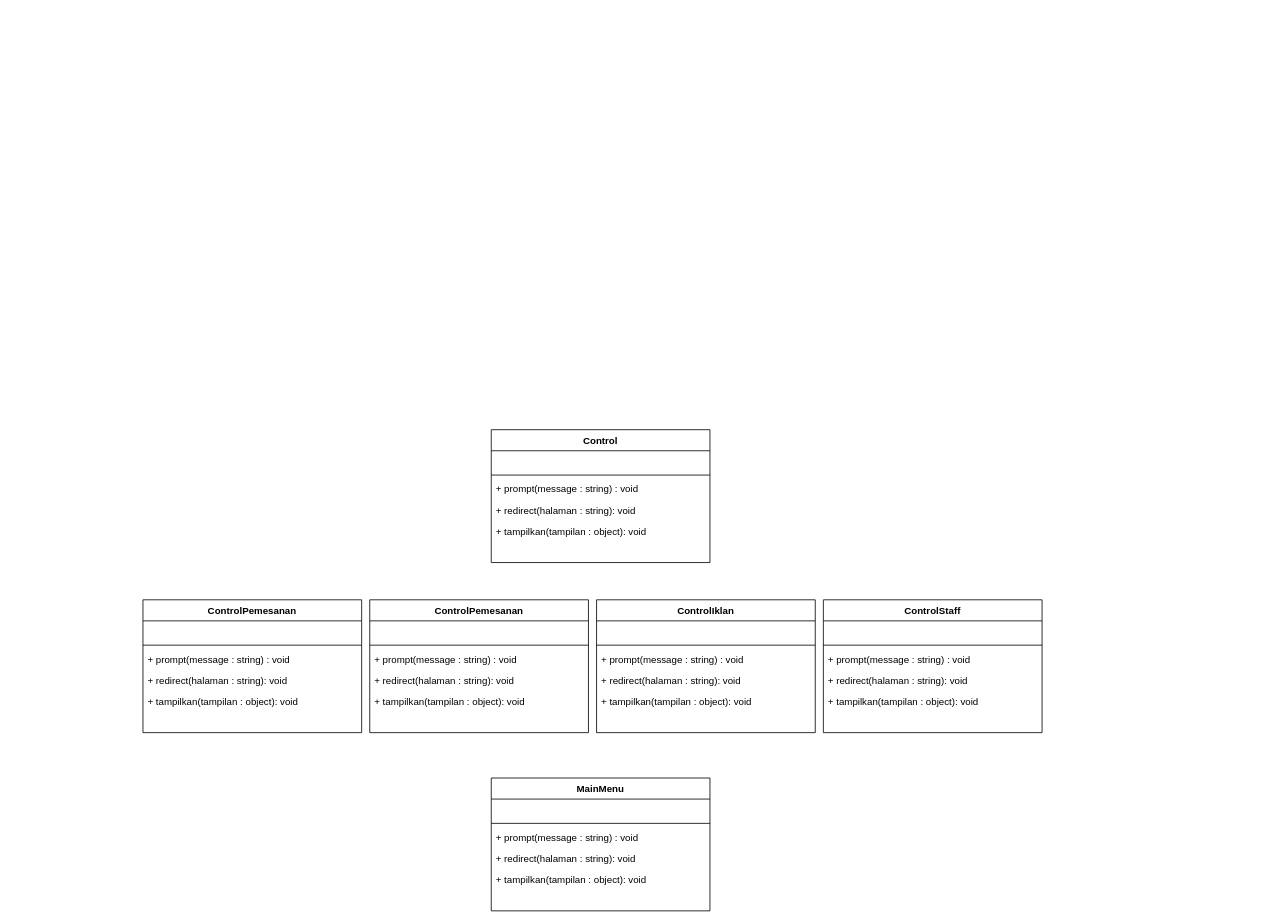
This is prak8 revisi.drawio from ahmrh/diagrams.net, a draw.io file, before an edit. Source tidied: cells renumbered, new cells numbered last; positions are measured from the earlier drawing's top-left corner, leaving out a move shared by most shapes. Both pictures are drawn from the tidied source at 81%, with x=0, y=0 at pixel (143, 429).
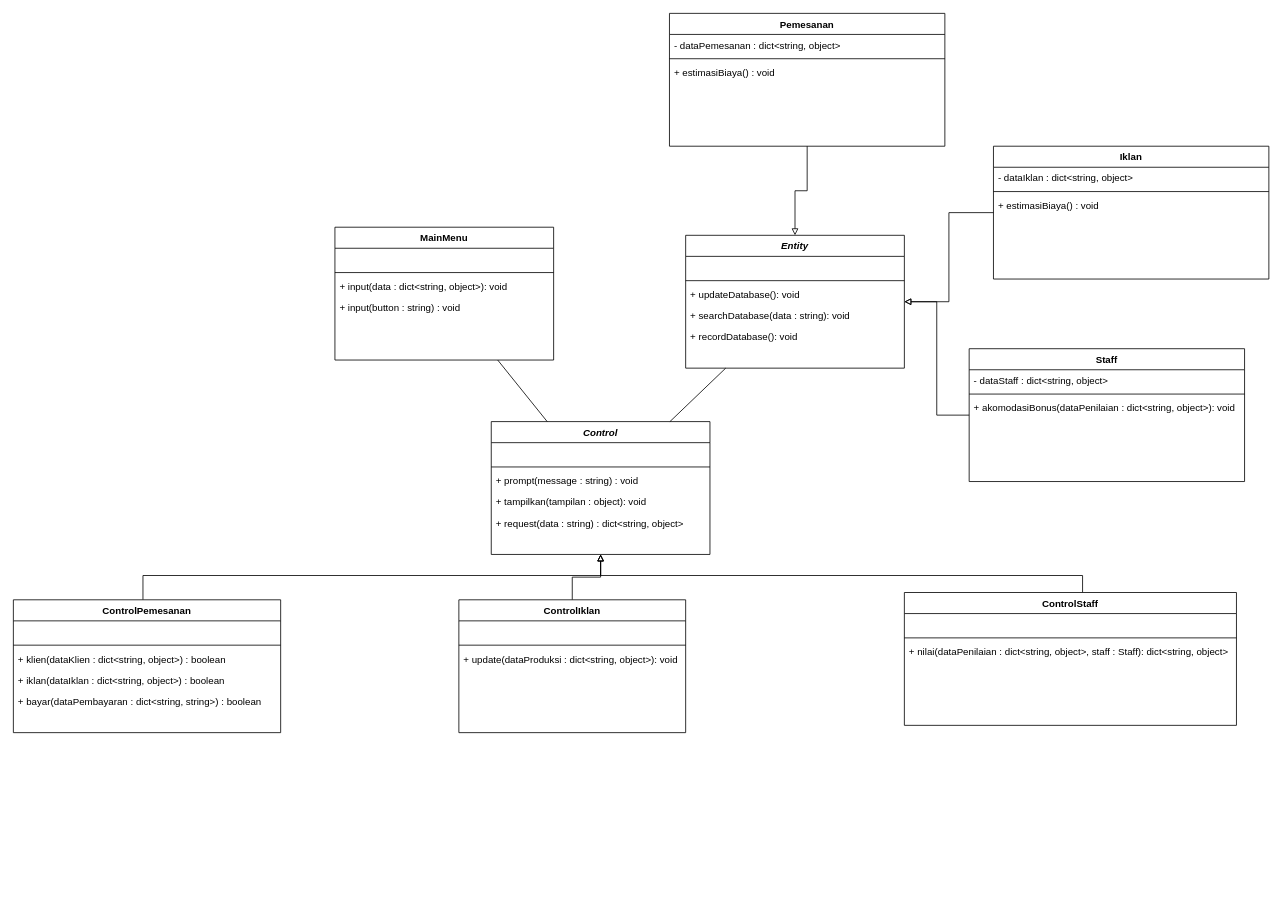
The same diagram, later.

The edit, as a diff of the source:
```diff
@@
-    <mxCell id="2" value="Control" style="swimlane;fontStyle=1;align=center;verticalAlign=top;horizontal=1;startSize=26;rounded=0;shadow=0;strokeWidth=1;" parent="1" vertex="1">
-      <mxGeometry x="430" width="270" height="164" as="geometry" />
+    <mxCell id="2" value="Control" style="swimlane;fontStyle=3;align=center;verticalAlign=top;horizontal=1;startSize=26;rounded=0;shadow=0;strokeWidth=1;" parent="1" vertex="1">
+      <mxGeometry x="430" y="-10" width="270" height="164" as="geometry" />
     </mxCell>
@@
-    <mxCell id="6" value="+ redirect(halaman : string): void" style="text;align=left;verticalAlign=top;spacingLeft=4;spacingRight=4;overflow=hidden;" parent="2" vertex="1">
-      <mxGeometry y="86" width="270" height="26" as="geometry" />
-    </mxCell>
     <mxCell id="7" value="+ tampilkan(tampilan : object): void" style="text;align=left;verticalAlign=top;spacingLeft=4;spacingRight=4;overflow=hidden;" parent="2" vertex="1">
-      <mxGeometry y="112" width="270" height="26" as="geometry" />
+      <mxGeometry y="86" width="270" height="26" as="geometry" />
     </mxCell>
+    <mxCell id="38" value="+ request(data : string) : dict&lt;string, object&gt;" style="text;align=left;verticalAlign=top;spacingLeft=4;spacingRight=4;overflow=hidden;" parent="2" vertex="1">
+      <mxGeometry y="112" width="270" height="26" as="geometry" />
+    </mxCell>
+    <mxCell id="39" style="edgeStyle=orthogonalEdgeStyle;rounded=0;jettySize=auto;html=1;endArrow=block;endFill=0;" parent="1" edge="1" source="8" target="2">
+      <mxGeometry relative="1" as="geometry">
+        <Array as="points">
+          <mxPoint y="180" />
+          <mxPoint x="565" y="180" />
+        </Array>
+      </mxGeometry>
+    </mxCell>
     <mxCell id="8" value="ControlPemesanan" style="swimlane;fontStyle=1;align=center;verticalAlign=top;horizontal=1;startSize=26;rounded=0;shadow=0;strokeWidth=1;" parent="1" vertex="1">
-      <mxGeometry y="210" width="270" height="164" as="geometry" />
+      <mxGeometry x="-160" y="210" width="330" height="164" as="geometry" />
     </mxCell>
     <mxCell id="9" value=" " style="text;align=left;verticalAlign=top;spacingLeft=4;spacingRight=4;overflow=hidden;" parent="8" vertex="1">
-      <mxGeometry y="26" width="270" height="26" as="geometry" />
+      <mxGeometry y="26" width="330" height="26" as="geometry" />
     </mxCell>
     <mxCell id="10" style="line;html=1;strokeWidth=1;align=left;verticalAlign=middle;spacingTop=-1;spacingLeft=3;spacingRight=3;labelPosition=right;" parent="8" vertex="1">
-      <mxGeometry y="52" width="270" height="8" as="geometry" />
+      <mxGeometry y="52" width="330" height="8" as="geometry" />
     </mxCell>
-    <mxCell id="11" value="+ prompt(message : string) : void" style="text;align=left;verticalAlign=top;spacingLeft=4;spacingRight=4;overflow=hidden;" parent="8" vertex="1">
-      <mxGeometry y="60" width="270" height="26" as="geometry" />
+    <mxCell id="11" value="+ klien(dataKlien : dict&lt;string, object&gt;) : boolean" style="text;align=left;verticalAlign=top;spacingLeft=4;spacingRight=4;overflow=hidden;" parent="8" vertex="1">
+      <mxGeometry y="60" width="330" height="26" as="geometry" />
     </mxCell>
-    <mxCell id="12" value="+ redirect(halaman : string): void" style="text;align=left;verticalAlign=top;spacingLeft=4;spacingRight=4;overflow=hidden;" parent="8" vertex="1">
-      <mxGeometry y="86" width="270" height="26" as="geometry" />
-    </mxCell>
+    <mxCell id="40" value="+ iklan(dataIklan : dict&lt;string, object&gt;) : boolean" style="text;align=left;verticalAlign=top;spacingLeft=4;spacingRight=4;overflow=hidden;" parent="8" vertex="1">
+      <mxGeometry y="86" width="330" height="26" as="geometry" />
+    </mxCell>
-    <mxCell id="13" value="+ tampilkan(tampilan : object): void" style="text;align=left;verticalAlign=top;spacingLeft=4;spacingRight=4;overflow=hidden;" parent="8" vertex="1">
-      <mxGeometry y="112" width="270" height="26" as="geometry" />
+    <mxCell id="13" value="+ bayar(dataPembayaran : dict&lt;string, string&gt;) : boolean" style="text;align=left;verticalAlign=top;spacingLeft=4;spacingRight=4;overflow=hidden;" parent="8" vertex="1">
+      <mxGeometry y="112" width="330" height="26" as="geometry" />
     </mxCell>
-    <mxCell id="14" value="ControlPemesanan" style="swimlane;fontStyle=1;align=center;verticalAlign=top;horizontal=1;startSize=26;rounded=0;shadow=0;strokeWidth=1;" parent="1" vertex="1">
-      <mxGeometry x="280" y="210" width="270" height="164" as="geometry" />
-    </mxCell>
-    <mxCell id="15" value=" " style="text;align=left;verticalAlign=top;spacingLeft=4;spacingRight=4;overflow=hidden;" parent="14" vertex="1">
-      <mxGeometry y="26" width="270" height="26" as="geometry" />
-    </mxCell>
-    <mxCell id="16" style="line;html=1;strokeWidth=1;align=left;verticalAlign=middle;spacingTop=-1;spacingLeft=3;spacingRight=3;labelPosition=right;" parent="14" vertex="1">
-      <mxGeometry y="52" width="270" height="8" as="geometry" />
-    </mxCell>
-    <mxCell id="17" value="+ prompt(message : string) : void" style="text;align=left;verticalAlign=top;spacingLeft=4;spacingRight=4;overflow=hidden;" parent="14" vertex="1">
-      <mxGeometry y="60" width="270" height="26" as="geometry" />
-    </mxCell>
-    <mxCell id="18" value="+ redirect(halaman : string): void" style="text;align=left;verticalAlign=top;spacingLeft=4;spacingRight=4;overflow=hidden;" parent="14" vertex="1">
-      <mxGeometry y="86" width="270" height="26" as="geometry" />
-    </mxCell>
-    <mxCell id="19" value="+ tampilkan(tampilan : object): void" style="text;align=left;verticalAlign=top;spacingLeft=4;spacingRight=4;overflow=hidden;" parent="14" vertex="1">
-      <mxGeometry y="112" width="270" height="26" as="geometry" />
-    </mxCell>
+    <mxCell id="41" style="edgeStyle=orthogonalEdgeStyle;rounded=0;jettySize=auto;html=1;endArrow=block;endFill=0;" parent="1" edge="1" source="20" target="2">
+      <mxGeometry relative="1" as="geometry" />
+    </mxCell>
     <mxCell id="20" value="ControlIklan" style="swimlane;fontStyle=1;align=center;verticalAlign=top;horizontal=1;startSize=26;rounded=0;shadow=0;strokeWidth=1;" parent="1" vertex="1">
-      <mxGeometry x="560" y="210" width="270" height="164" as="geometry" />
+      <mxGeometry x="390" y="210" width="280" height="164" as="geometry" />
     </mxCell>
     <mxCell id="21" value=" " style="text;align=left;verticalAlign=top;spacingLeft=4;spacingRight=4;overflow=hidden;" parent="20" vertex="1">
-      <mxGeometry y="26" width="270" height="26" as="geometry" />
+      <mxGeometry y="26" width="280" height="26" as="geometry" />
     </mxCell>
     <mxCell id="22" style="line;html=1;strokeWidth=1;align=left;verticalAlign=middle;spacingTop=-1;spacingLeft=3;spacingRight=3;labelPosition=right;" parent="20" vertex="1">
-      <mxGeometry y="52" width="270" height="8" as="geometry" />
+      <mxGeometry y="52" width="280" height="8" as="geometry" />
     </mxCell>
-    <mxCell id="23" value="+ prompt(message : string) : void" style="text;align=left;verticalAlign=top;spacingLeft=4;spacingRight=4;overflow=hidden;" parent="20" vertex="1">
-      <mxGeometry y="60" width="270" height="26" as="geometry" />
-    </mxCell>
-    <mxCell id="24" value="+ redirect(halaman : string): void" style="text;align=left;verticalAlign=top;spacingLeft=4;spacingRight=4;overflow=hidden;" parent="20" vertex="1">
-      <mxGeometry y="86" width="270" height="26" as="geometry" />
+    <mxCell id="24" value="+ update(dataProduksi : dict&lt;string, object&gt;): void" style="text;align=left;verticalAlign=top;spacingLeft=4;spacingRight=4;overflow=hidden;" parent="20" vertex="1">
+      <mxGeometry y="60" width="280" height="26" as="geometry" />
     </mxCell>
-    <mxCell id="25" value="+ tampilkan(tampilan : object): void" style="text;align=left;verticalAlign=top;spacingLeft=4;spacingRight=4;overflow=hidden;" parent="20" vertex="1">
-      <mxGeometry y="112" width="270" height="26" as="geometry" />
-    </mxCell>
+    <mxCell id="42" style="edgeStyle=orthogonalEdgeStyle;rounded=0;jettySize=auto;html=1;endArrow=block;endFill=0;" parent="1" edge="1" source="26" target="2">
+      <mxGeometry relative="1" as="geometry">
+        <Array as="points">
+          <mxPoint x="1160" y="180" />
+          <mxPoint x="565" y="180" />
+        </Array>
+      </mxGeometry>
+    </mxCell>
     <mxCell id="26" value="ControlStaff" style="swimlane;fontStyle=1;align=center;verticalAlign=top;horizontal=1;startSize=26;rounded=0;shadow=0;strokeWidth=1;" parent="1" vertex="1">
-      <mxGeometry x="840" y="210" width="270" height="164" as="geometry" />
+      <mxGeometry x="940" y="201" width="410" height="164" as="geometry" />
     </mxCell>
     <mxCell id="27" value=" " style="text;align=left;verticalAlign=top;spacingLeft=4;spacingRight=4;overflow=hidden;" parent="26" vertex="1">
-      <mxGeometry y="26" width="270" height="26" as="geometry" />
+      <mxGeometry y="26" width="410" height="26" as="geometry" />
     </mxCell>
     <mxCell id="28" style="line;html=1;strokeWidth=1;align=left;verticalAlign=middle;spacingTop=-1;spacingLeft=3;spacingRight=3;labelPosition=right;" parent="26" vertex="1">
-      <mxGeometry y="52" width="270" height="8" as="geometry" />
+      <mxGeometry y="52" width="410" height="8" as="geometry" />
     </mxCell>
-    <mxCell id="29" value="+ prompt(message : string) : void" style="text;align=left;verticalAlign=top;spacingLeft=4;spacingRight=4;overflow=hidden;" parent="26" vertex="1">
-      <mxGeometry y="60" width="270" height="26" as="geometry" />
+    <mxCell id="29" value="+ nilai(dataPenilaian : dict&lt;string, object&gt;, staff : Staff): dict&lt;string, object&gt;" style="text;align=left;verticalAlign=top;spacingLeft=4;spacingRight=4;overflow=hidden;" parent="26" vertex="1">
+      <mxGeometry y="60" width="410" height="26" as="geometry" />
     </mxCell>
-    <mxCell id="30" value="+ redirect(halaman : string): void" style="text;align=left;verticalAlign=top;spacingLeft=4;spacingRight=4;overflow=hidden;" parent="26" vertex="1">
-      <mxGeometry y="86" width="270" height="26" as="geometry" />
-    </mxCell>
-    <mxCell id="31" value="+ tampilkan(tampilan : object): void" style="text;align=left;verticalAlign=top;spacingLeft=4;spacingRight=4;overflow=hidden;" parent="26" vertex="1">
-      <mxGeometry y="112" width="270" height="26" as="geometry" />
-    </mxCell>
     <mxCell id="32" value="MainMenu" style="swimlane;fontStyle=1;align=center;verticalAlign=top;horizontal=1;startSize=26;rounded=0;shadow=0;strokeWidth=1;" parent="1" vertex="1">
-      <mxGeometry x="430" y="430" width="270" height="164" as="geometry" />
+      <mxGeometry x="237" y="-250" width="270" height="164" as="geometry" />
     </mxCell>
@@
-    <mxCell id="35" value="+ prompt(message : string) : void" style="text;align=left;verticalAlign=top;spacingLeft=4;spacingRight=4;overflow=hidden;" parent="32" vertex="1">
+    <mxCell id="35" value="+ input(data : dict&lt;string, object&gt;): void" style="text;align=left;verticalAlign=top;spacingLeft=4;spacingRight=4;overflow=hidden;" parent="32" vertex="1">
       <mxGeometry y="60" width="270" height="26" as="geometry" />
     </mxCell>
-    <mxCell id="36" value="+ redirect(halaman : string): void" style="text;align=left;verticalAlign=top;spacingLeft=4;spacingRight=4;overflow=hidden;" parent="32" vertex="1">
+    <mxCell id="36" value="+ input(button : string) : void" style="text;align=left;verticalAlign=top;spacingLeft=4;spacingRight=4;overflow=hidden;" parent="32" vertex="1">
       <mxGeometry y="86" width="270" height="26" as="geometry" />
     </mxCell>
-    <mxCell id="37" value="+ tampilkan(tampilan : object): void" style="text;align=left;verticalAlign=top;spacingLeft=4;spacingRight=4;overflow=hidden;" parent="32" vertex="1">
-      <mxGeometry y="112" width="270" height="26" as="geometry" />
-    </mxCell>
+    <mxCell id="43" value="Staff" style="swimlane;fontStyle=1;align=center;verticalAlign=top;horizontal=1;startSize=26;rounded=0;shadow=0;strokeWidth=1;" parent="1" vertex="1">
+      <mxGeometry x="1020" y="-100" width="340" height="164" as="geometry" />
+    </mxCell>
+    <mxCell id="44" value="- dataStaff : dict&lt;string, object&gt;" style="text;align=left;verticalAlign=top;spacingLeft=4;spacingRight=4;overflow=hidden;" parent="43" vertex="1">
+      <mxGeometry y="26" width="340" height="26" as="geometry" />
+    </mxCell>
+    <mxCell id="45" style="line;html=1;strokeWidth=1;align=left;verticalAlign=middle;spacingTop=-1;spacingLeft=3;spacingRight=3;labelPosition=right;" parent="43" vertex="1">
+      <mxGeometry y="52" width="340" height="8" as="geometry" />
+    </mxCell>
+    <mxCell id="46" value="+ akomodasiBonus(dataPenilaian : dict&lt;string, object&gt;): void" style="text;align=left;verticalAlign=top;spacingLeft=4;spacingRight=4;overflow=hidden;" parent="43" vertex="1">
+      <mxGeometry y="60" width="340" height="26" as="geometry" />
+    </mxCell>
+    <mxCell id="47" value="Pemesanan" style="swimlane;fontStyle=1;align=center;verticalAlign=top;horizontal=1;startSize=26;rounded=0;shadow=0;strokeWidth=1;" parent="1" vertex="1">
+      <mxGeometry x="650" y="-514" width="340" height="164" as="geometry" />
+    </mxCell>
+    <mxCell id="48" value="- dataPemesanan : dict&lt;string, object&gt;" style="text;align=left;verticalAlign=top;spacingLeft=4;spacingRight=4;overflow=hidden;" parent="47" vertex="1">
+      <mxGeometry y="26" width="340" height="26" as="geometry" />
+    </mxCell>
+    <mxCell id="49" style="line;html=1;strokeWidth=1;align=left;verticalAlign=middle;spacingTop=-1;spacingLeft=3;spacingRight=3;labelPosition=right;" parent="47" vertex="1">
+      <mxGeometry y="52" width="340" height="8" as="geometry" />
+    </mxCell>
+    <mxCell id="50" value="+ estimasiBiaya() : void" style="text;align=left;verticalAlign=top;spacingLeft=4;spacingRight=4;overflow=hidden;" parent="47" vertex="1">
+      <mxGeometry y="60" width="340" height="26" as="geometry" />
+    </mxCell>
+    <mxCell id="51" style="edgeStyle=orthogonalEdgeStyle;rounded=0;jettySize=auto;html=1;endArrow=none;endFill=0;startArrow=block;startFill=0;" parent="1" edge="1" source="52" target="47">
+      <mxGeometry relative="1" as="geometry" />
+    </mxCell>
+    <mxCell id="52" value="Entity" style="swimlane;fontStyle=3;align=center;verticalAlign=top;horizontal=1;startSize=26;rounded=0;shadow=0;strokeWidth=1;" parent="1" vertex="1">
+      <mxGeometry x="670" y="-240" width="270" height="164" as="geometry" />
+    </mxCell>
+    <mxCell id="15" value=" " style="text;align=left;verticalAlign=top;spacingLeft=4;spacingRight=4;overflow=hidden;" parent="52" vertex="1">
+      <mxGeometry y="26" width="270" height="26" as="geometry" />
+    </mxCell>
+    <mxCell id="16" style="line;html=1;strokeWidth=1;align=left;verticalAlign=middle;spacingTop=-1;spacingLeft=3;spacingRight=3;labelPosition=right;" parent="52" vertex="1">
+      <mxGeometry y="52" width="270" height="8" as="geometry" />
+    </mxCell>
+    <mxCell id="53" value="+ updateDatabase(): void" style="text;align=left;verticalAlign=top;spacingLeft=4;spacingRight=4;overflow=hidden;" parent="52" vertex="1">
+      <mxGeometry y="60" width="270" height="26" as="geometry" />
+    </mxCell>
+    <mxCell id="54" value="+ searchDatabase(data : string): void" style="text;align=left;verticalAlign=top;spacingLeft=4;spacingRight=4;overflow=hidden;" parent="52" vertex="1">
+      <mxGeometry y="86" width="270" height="26" as="geometry" />
+    </mxCell>
+    <mxCell id="55" value="+ recordDatabase(): void" style="text;align=left;verticalAlign=top;spacingLeft=4;spacingRight=4;overflow=hidden;" parent="52" vertex="1">
+      <mxGeometry y="112" width="270" height="26" as="geometry" />
+    </mxCell>
+    <mxCell id="56" style="endArrow=none;html=1;rounded=0;" parent="1" edge="1" source="2" target="52">
+      <mxGeometry relative="1" as="geometry" />
+    </mxCell>
+    <mxCell id="57" style="endArrow=none;html=1;rounded=0;" parent="1" edge="1" source="2" target="32">
+      <mxGeometry relative="1" as="geometry" />
+    </mxCell>
+    <mxCell id="58" value="Iklan" style="swimlane;fontStyle=1;align=center;verticalAlign=top;horizontal=1;startSize=26;rounded=0;shadow=0;strokeWidth=1;" parent="1" vertex="1">
+      <mxGeometry x="1050" y="-350" width="340" height="164" as="geometry" />
+    </mxCell>
+    <mxCell id="59" value="- dataIklan : dict&lt;string, object&gt;" style="text;align=left;verticalAlign=top;spacingLeft=4;spacingRight=4;overflow=hidden;" parent="58" vertex="1">
+      <mxGeometry y="26" width="340" height="26" as="geometry" />
+    </mxCell>
+    <mxCell id="60" style="line;html=1;strokeWidth=1;align=left;verticalAlign=middle;spacingTop=-1;spacingLeft=3;spacingRight=3;labelPosition=right;" parent="58" vertex="1">
+      <mxGeometry y="52" width="340" height="8" as="geometry" />
+    </mxCell>
+    <mxCell id="61" value="+ estimasiBiaya() : void" style="text;align=left;verticalAlign=top;spacingLeft=4;spacingRight=4;overflow=hidden;" parent="58" vertex="1">
+      <mxGeometry y="60" width="340" height="26" as="geometry" />
+    </mxCell>
+    <mxCell id="62" style="edgeStyle=orthogonalEdgeStyle;rounded=0;jettySize=auto;html=1;endArrow=none;endFill=0;startArrow=block;startFill=0;" parent="1" edge="1" source="52" target="58">
+      <mxGeometry relative="1" as="geometry" />
+    </mxCell>
+    <mxCell id="63" style="edgeStyle=orthogonalEdgeStyle;rounded=0;jettySize=auto;html=1;endArrow=none;endFill=0;startArrow=block;startFill=0;" parent="1" edge="1" source="52" target="43">
+      <mxGeometry relative="1" as="geometry" />
+    </mxCell>
```
